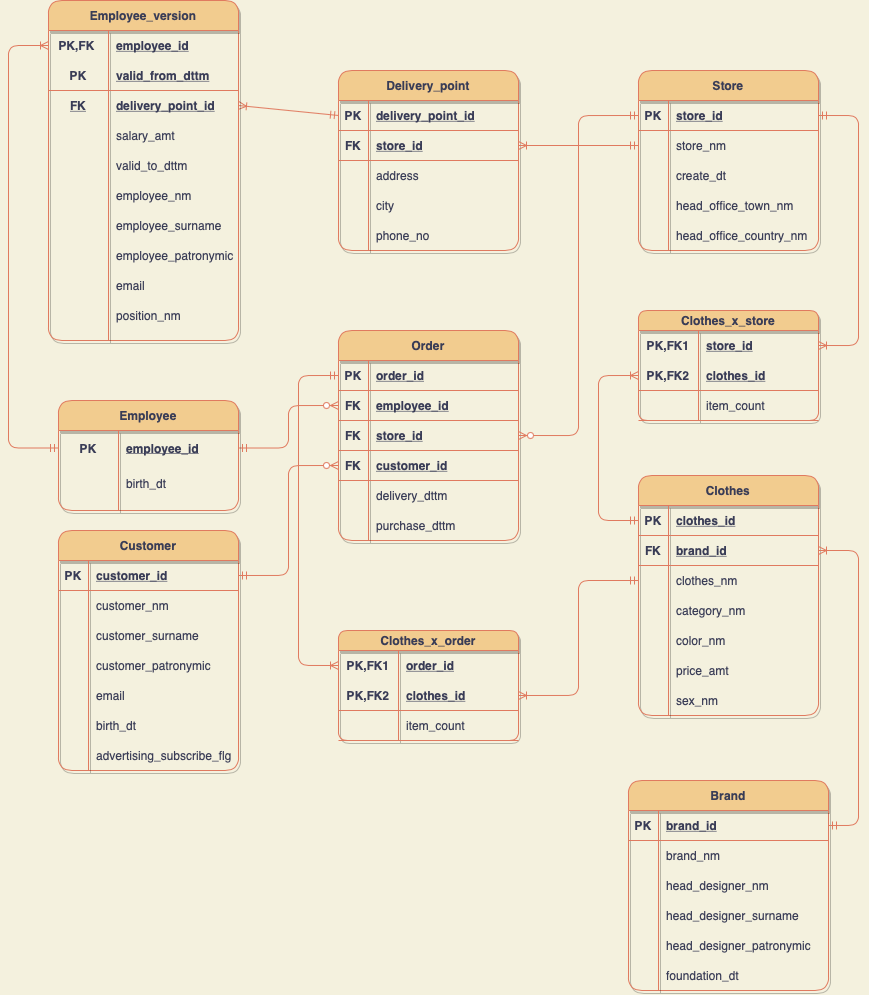
Earlier version of the draw.io export images/LogicalModel.png (werticell/DatabaseProject). Source tidied: cells renumbered, new cells last; positions are measured from the earlier drawing's top-left corner, leaving out a move shared by most shapes.
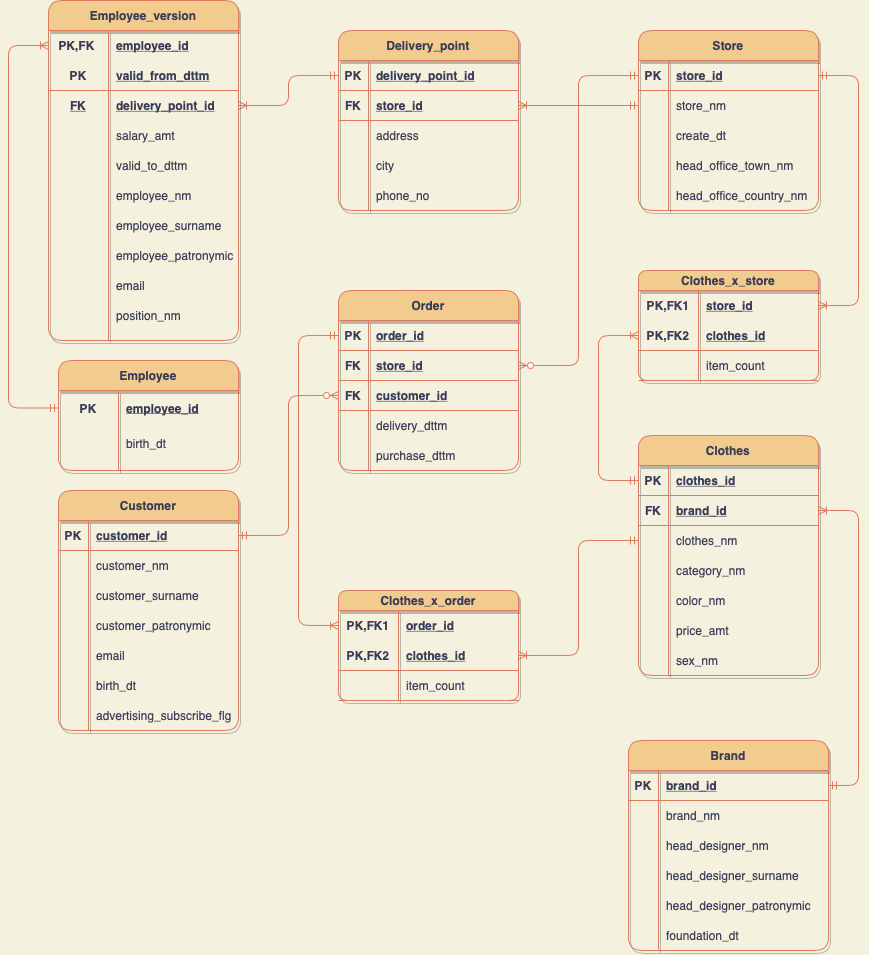
The same diagram one commit later.

Diff of the diagram source:
```diff
@@ -3,7 +3,7 @@
     <mxCell id="0" />
     <mxCell id="1" parent="0" />
     <mxCell id="2" value="Order" style="shape=table;startSize=30;rowLines=0;fontStyle=1;align=center;fillColor=#F2CC8F;strokeColor=#E07A5F;fontColor=#393C56;rounded=1;shadow=1;sketch=0;" parent="1" vertex="1">
-      <mxGeometry x="330" y="330" width="180" height="210" as="geometry" />
+      <mxGeometry x="330" y="330" width="180" height="180" as="geometry" />
     </mxCell>
     <mxCell id="3" style="shape=partialRectangle;fillColor=none;top=0;left=0;bottom=1;right=0;points=[[0,0.5],[1,0.5]];portConstraint=eastwest;strokeColor=#E07A5F;fontColor=#393C56;rounded=1;" parent="2" vertex="1">
       <mxGeometry y="30" width="180" height="30" as="geometry" />
@@ -14,17 +14,8 @@
     <mxCell id="5" value="order_id" style="shape=partialRectangle;fillColor=none;top=0;left=0;bottom=0;right=0;align=left;spacingLeft=6;fontStyle=5;overflow=hidden;strokeColor=#E07A5F;fontColor=#393C56;rounded=1;" parent="3" vertex="1">
       <mxGeometry x="30" width="150" height="30" as="geometry" />
     </mxCell>
-    <mxCell id="6" style="shape=partialRectangle;fillColor=none;top=0;left=0;bottom=1;right=0;points=[[0,0.5],[1,0.5]];portConstraint=eastwest;strokeColor=#E07A5F;fontColor=#393C56;rounded=1;" parent="2" vertex="1">
-      <mxGeometry y="60" width="180" height="30" as="geometry" />
-    </mxCell>
-    <mxCell id="7" value="FK" style="shape=partialRectangle;fillColor=none;top=0;left=0;bottom=0;right=0;fontStyle=1;overflow=hidden;strokeColor=#E07A5F;fontColor=#393C56;rounded=1;" parent="6" vertex="1">
-      <mxGeometry width="30" height="30" as="geometry" />
-    </mxCell>
-    <mxCell id="8" value="employee_id" style="shape=partialRectangle;fillColor=none;top=0;left=0;bottom=0;right=0;align=left;spacingLeft=6;fontStyle=5;overflow=hidden;strokeColor=#E07A5F;fontColor=#393C56;rounded=1;" parent="6" vertex="1">
-      <mxGeometry x="30" width="150" height="30" as="geometry" />
-    </mxCell>
     <mxCell id="9" style="shape=partialRectangle;fillColor=none;top=0;left=0;bottom=1;right=0;points=[[0,0.5],[1,0.5]];portConstraint=eastwest;strokeColor=#E07A5F;fontColor=#393C56;rounded=1;" parent="2" vertex="1">
-      <mxGeometry y="90" width="180" height="30" as="geometry" />
+      <mxGeometry y="60" width="180" height="30" as="geometry" />
     </mxCell>
     <mxCell id="10" value="FK" style="shape=partialRectangle;fillColor=none;top=0;left=0;bottom=0;right=0;fontStyle=1;overflow=hidden;strokeColor=#E07A5F;fontColor=#393C56;rounded=1;" parent="9" vertex="1">
       <mxGeometry width="30" height="30" as="geometry" />
@@ -33,7 +24,7 @@
       <mxGeometry x="30" width="150" height="30" as="geometry" />
     </mxCell>
     <mxCell id="12" style="shape=partialRectangle;fillColor=none;top=0;left=0;bottom=1;right=0;points=[[0,0.5],[1,0.5]];portConstraint=eastwest;strokeColor=#E07A5F;fontColor=#393C56;rounded=1;" parent="2" vertex="1">
-      <mxGeometry y="120" width="180" height="30" as="geometry" />
+      <mxGeometry y="90" width="180" height="30" as="geometry" />
     </mxCell>
     <mxCell id="13" value="FK" style="shape=partialRectangle;fillColor=none;top=0;left=0;bottom=0;right=0;fontStyle=1;overflow=hidden;strokeColor=#E07A5F;fontColor=#393C56;rounded=1;" parent="12" vertex="1">
       <mxGeometry width="30" height="30" as="geometry" />
@@ -42,7 +33,7 @@
       <mxGeometry x="30" width="150" height="30" as="geometry" />
     </mxCell>
     <mxCell id="15" style="shape=partialRectangle;fillColor=none;top=0;left=0;bottom=0;right=0;strokeColor=#E07A5F;fontColor=#393C56;rounded=1;" parent="2" vertex="1">
-      <mxGeometry y="150" width="180" height="30" as="geometry" />
+      <mxGeometry y="120" width="180" height="30" as="geometry" />
     </mxCell>
     <mxCell id="16" style="shape=partialRectangle;fillColor=none;top=0;left=0;bottom=0;right=0;overflow=hidden;strokeColor=#E07A5F;fontColor=#393C56;rounded=1;" parent="15" vertex="1">
       <mxGeometry width="30" height="30" as="geometry" />
@@ -51,7 +42,7 @@
       <mxGeometry x="30" width="150" height="30" as="geometry" />
     </mxCell>
     <mxCell id="18" style="shape=partialRectangle;fillColor=none;top=0;left=0;bottom=0;right=0;strokeColor=#E07A5F;fontColor=#393C56;rounded=1;" parent="2" vertex="1">
-      <mxGeometry y="180" width="180" height="30" as="geometry" />
+      <mxGeometry y="150" width="180" height="30" as="geometry" />
     </mxCell>
     <mxCell id="19" style="shape=partialRectangle;fillColor=none;top=0;left=0;bottom=0;right=0;overflow=hidden;strokeColor=#E07A5F;fontColor=#393C56;rounded=1;" parent="18" vertex="1">
       <mxGeometry width="30" height="30" as="geometry" />
@@ -407,9 +398,6 @@
     <mxCell id="136" style="edgeStyle=orthogonalEdgeStyle;fontSize=12;html=1;endArrow=ERzeroToMany;startArrow=ERmandOne;exitX=1;exitY=0.5;exitDx=0;exitDy=0;entryX=0;entryY=0.5;entryDx=0;entryDy=0;strokeColor=#E07A5F;fontColor=#393C56;labelBackgroundColor=#F4F1DE;" parent="1" edge="1" source="54" target="12">
       <mxGeometry relative="1" as="geometry" />
     </mxCell>
-    <mxCell id="137" style="edgeStyle=orthogonalEdgeStyle;fontSize=12;html=1;endArrow=ERzeroToMany;startArrow=ERmandOne;entryX=0;entryY=0.5;entryDx=0;entryDy=0;strokeColor=#E07A5F;fontColor=#393C56;labelBackgroundColor=#F4F1DE;exitX=1;exitY=0.5;exitDx=0;exitDy=0;" parent="1" edge="1" source="147" target="6">
-      <mxGeometry relative="1" as="geometry" />
-    </mxCell>
     <mxCell id="138" style="edgeStyle=orthogonalEdgeStyle;fontSize=12;html=1;endArrow=ERzeroToMany;startArrow=ERmandOne;entryX=1;entryY=0.5;entryDx=0;entryDy=0;exitX=0;exitY=0.5;exitDx=0;exitDy=0;strokeColor=#E07A5F;fontColor=#393C56;labelBackgroundColor=#F4F1DE;" parent="1" edge="1" source="38" target="9">
       <mxGeometry relative="1" as="geometry" />
     </mxCell>
@@ -424,7 +412,7 @@
     <mxCell id="140" style="fontSize=12;html=1;endArrow=ERoneToMany;startArrow=ERmandOne;exitX=0;exitY=0.5;exitDx=0;exitDy=0;entryX=1;entryY=0.5;entryDx=0;entryDy=0;strokeColor=#E07A5F;fontColor=#393C56;edgeStyle=orthogonalEdgeStyle;labelBackgroundColor=#F4F1DE;" parent="1" edge="1" source="41" target="25">
       <mxGeometry relative="1" as="geometry" />
     </mxCell>
-    <mxCell id="141" style="fontSize=12;html=1;endArrow=ERoneToMany;startArrow=ERmandOne;exitX=0;exitY=0.5;exitDx=0;exitDy=0;strokeColor=#E07A5F;fontColor=#393C56;labelBackgroundColor=#F4F1DE;entryX=1;entryY=0.5;entryDx=0;entryDy=0;" parent="1" edge="1" source="22" target="160">
+    <mxCell id="141" style="fontSize=12;html=1;endArrow=ERoneToMany;startArrow=ERmandOne;exitX=0;exitY=0.5;exitDx=0;exitDy=0;strokeColor=#E07A5F;fontColor=#393C56;labelBackgroundColor=#F4F1DE;entryX=1;entryY=0.5;entryDx=0;entryDy=0;edgeStyle=orthogonalEdgeStyle;" parent="1" edge="1" source="22" target="160">
       <mxGeometry relative="1" as="geometry" />
     </mxCell>
     <mxCell id="142" style="fontSize=12;html=1;endArrow=ERoneToMany;startArrow=ERmandOne;exitX=1;exitY=0.5;exitDx=0;exitDy=0;entryX=1;entryY=0.5;entryDx=0;entryDy=0;edgeStyle=orthogonalEdgeStyle;strokeColor=#E07A5F;fontColor=#393C56;labelBackgroundColor=#F4F1DE;" parent="1" edge="1" source="38" target="98">
@@ -476,7 +464,7 @@
       <mxGeometry x="60" width="120" height="35" as="geometry" />
     </mxCell>
     <mxCell id="153" value="Employee_version" style="shape=table;startSize=30;rowLines=0;fontStyle=1;align=center;rounded=1;shadow=1;sketch=0;strokeColor=#E07A5F;fillColor=#F2CC8F;fontColor=#393C56;" parent="1" vertex="1">
-      <mxGeometry x="40" width="190" height="340" as="geometry" />
+      <mxGeometry x="40" y="40" width="190" height="340" as="geometry" />
     </mxCell>
     <mxCell id="154" style="shape=partialRectangle;fillColor=none;top=0;left=0;bottom=0;right=0;points=[[0,0.5],[1,0.5]];portConstraint=eastwest;strokeColor=#E07A5F;fontColor=#393C56;" parent="153" vertex="1">
       <mxGeometry y="30" width="190" height="30" as="geometry" />
```
